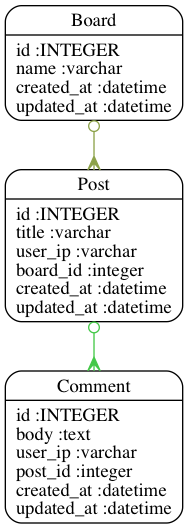
This is models.png from mariovzc/chan-api, a Graphviz export, as it was before one commit. Its source is kept beside it as models.dot.
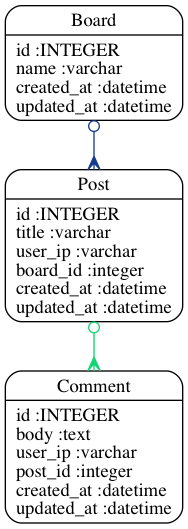
The same diagram one commit later.

Commit message:
update of models png, created controlelrs png

What changed in the source:
```diff
@@ -3,6 +3,6 @@
 	"Board" [shape=Mrecord, label="{Board|id :INTEGER\lname :varchar\lcreated_at :datetime\lupdated_at :datetime\l}"]
 	"Comment" [shape=Mrecord, label="{Comment|id :INTEGER\lbody :text\luser_ip :varchar\lpost_id :integer\lcreated_at :datetime\lupdated_at :datetime\l}"]
 	"Post" [shape=Mrecord, label="{Post|id :INTEGER\ltitle :varchar\luser_ip :varchar\lboard_id :integer\lcreated_at :datetime\lupdated_at :datetime\l}"]
-	"Board" -> "Post" [arrowtail=odot, arrowhead=crow, dir=both color="#8CA149"]
-	"Post" -> "Comment" [arrowtail=odot, arrowhead=crow, dir=both color="#43C747"]
+	"Board" -> "Post" [arrowtail=odot, arrowhead=crow, dir=both color="#113C8E"]
+	"Post" -> "Comment" [arrowtail=odot, arrowhead=crow, dir=both color="#11D371"]
 }
```
